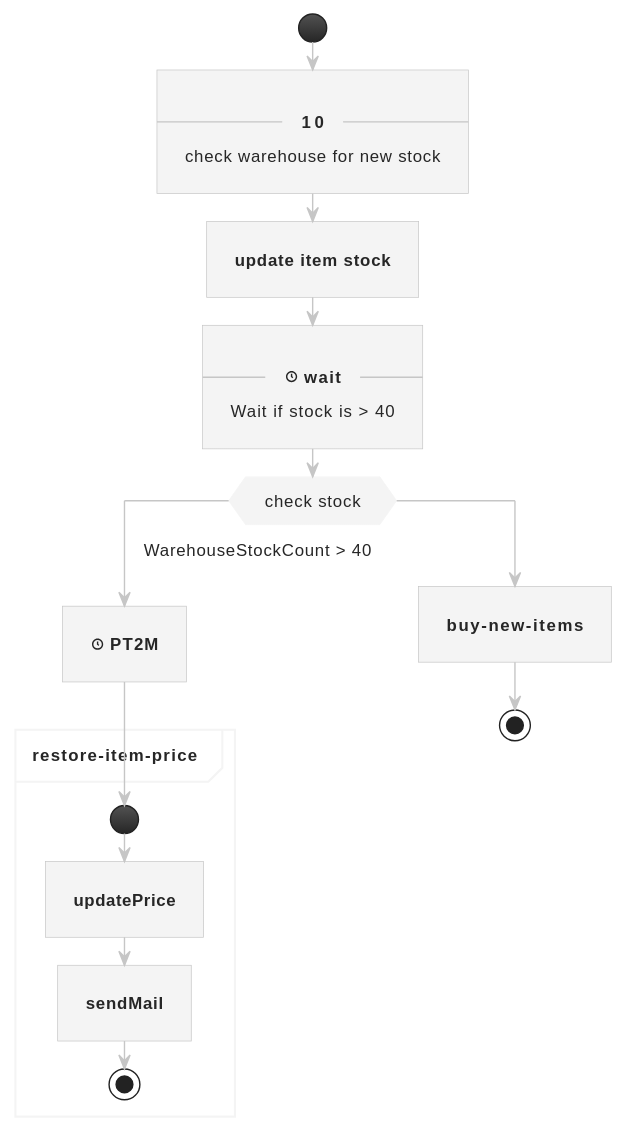
The PlantUML diagram example/check-warehouse.svg in sterlp/pmw, before a commit.
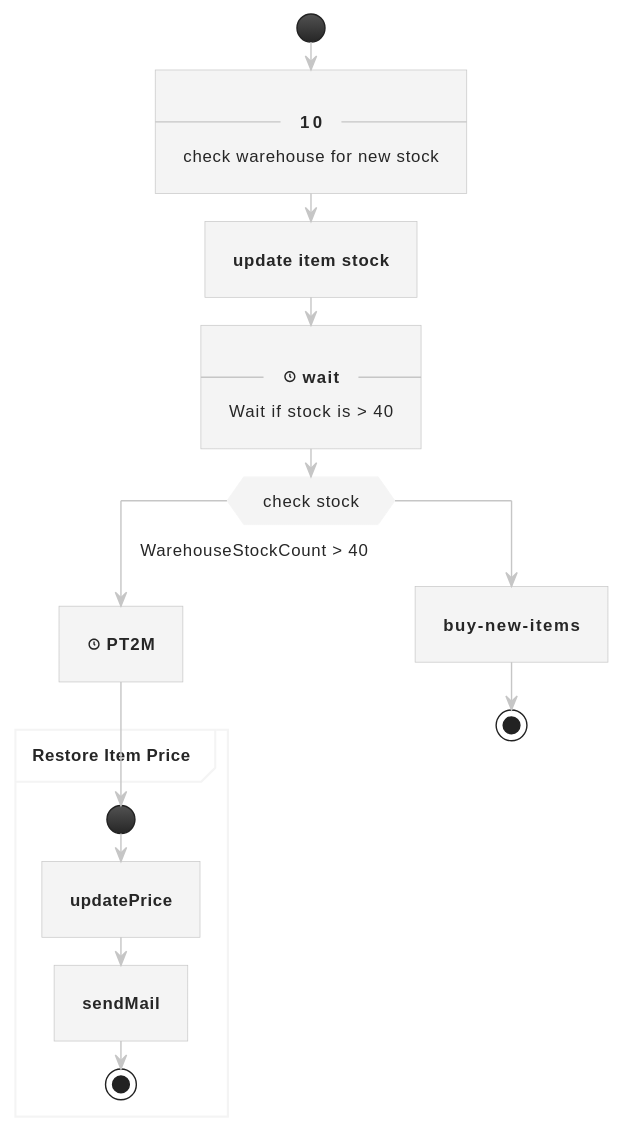
After the change.

Diff of the diagram source:
```diff
@@ -9,7 +9,7 @@
   switch ( check stock )
     case ( WarehouseStockCount > 40 )
       :**<&clock> PT2M**;
-      partition "restore-item-price" {
+      partition "Restore Item Price" {
         start
           :**updatePrice**;
           :**sendMail**;
```
